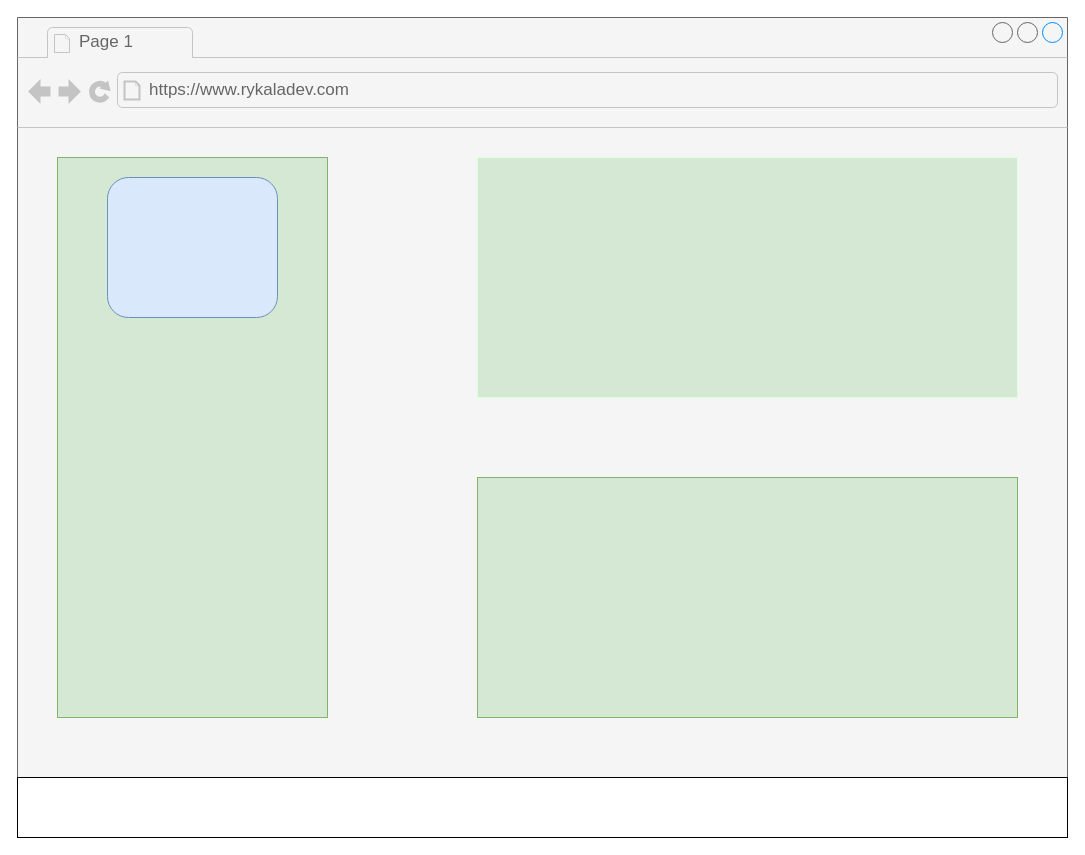
Earlier version of the draw.io diagram Unbenanntes Diagramm.drawio (rykala79/mockup_try). Source tidied: cells renumbered, new cells numbered last; positions are measured from the earlier drawing's top-left corner, leaving out a move shared by most shapes. Both pictures are drawn from the tidied source at 100%, with x=0, y=0 at pixel (17, 17).
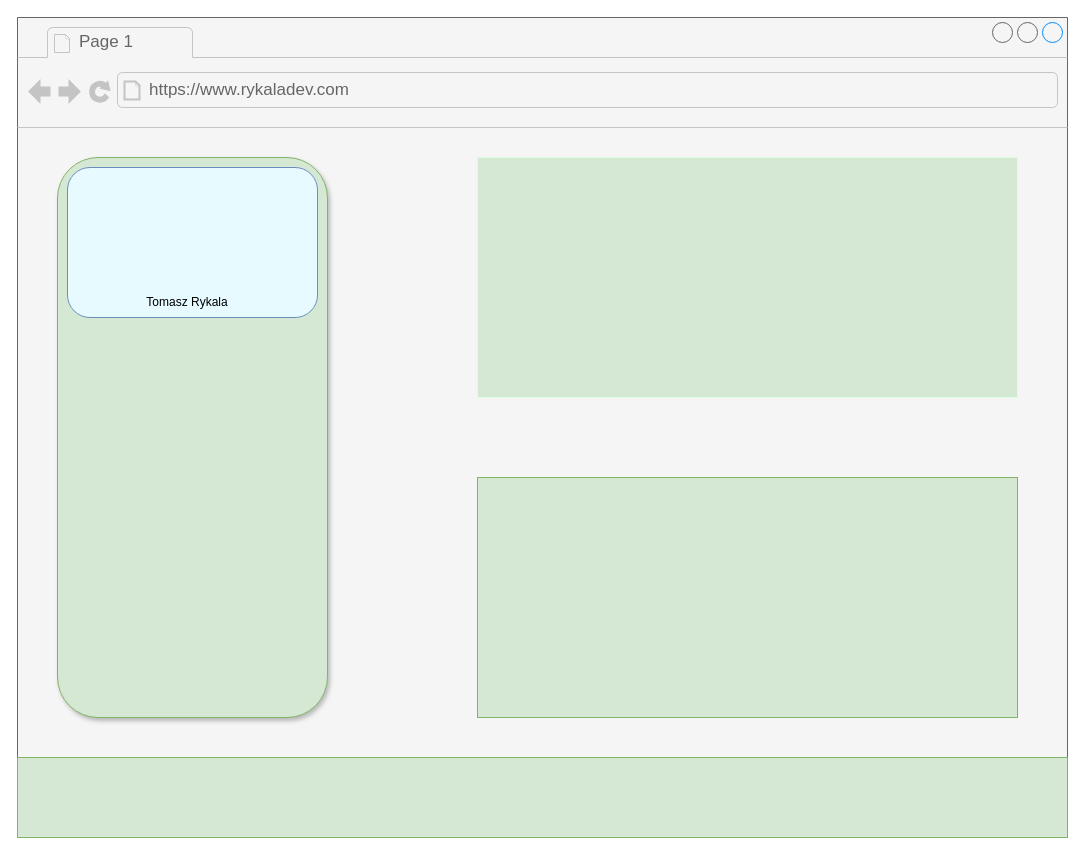
The same diagram, later.

Diff of the diagram source:
```diff
@@
 <mxGraphModel background="#ffffff">
   <root>
     <mxCell id="0" />
     <mxCell id="1" parent="0" />
     <mxCell id="2" style="strokeWidth=1;shadow=0;dashed=0;align=center;html=1;shape=mxgraph.mockup.containers.browserWindow;rSize=0;mainText=,;rounded=0;labelBackgroundColor=none;fontFamily=Verdana;fontSize=12;fillColor=#f5f5f5;gradientColor=#b3b3b3;strokeColor=#666666;" parent="1" vertex="1">
       <mxGeometry width="1050" height="820" as="geometry" />
     </mxCell>
     <mxCell id="3" value="Page 1" style="strokeWidth=1;shadow=0;dashed=0;align=center;html=1;shape=mxgraph.mockup.containers.anchor;fontSize=17;fontColor=#666666;align=left;" parent="2" vertex="1">
       <mxGeometry x="60" y="12" width="110" height="26" as="geometry" />
     </mxCell>
     <mxCell id="4" value="https://www.rykaladev.com" style="strokeWidth=1;shadow=0;dashed=0;align=center;html=1;shape=mxgraph.mockup.containers.anchor;rSize=0;fontSize=17;fontColor=#666666;align=left;" parent="2" vertex="1">
       <mxGeometry x="130" y="60" width="250" height="26" as="geometry" />
     </mxCell>
-    <mxCell id="5" style="rounded=0;whiteSpace=wrap;html=1;fillColor=#d5e8d4;strokeColor=#82b366;" parent="2" vertex="1">
+    <mxCell id="5" style="rounded=1;whiteSpace=wrap;html=1;fillColor=#d5e8d4;strokeColor=#82b366;glass=0;shadow=1;" parent="2" vertex="1">
       <mxGeometry x="40" y="140" width="270" height="560" as="geometry" />
     </mxCell>
     <mxCell id="6" style="rounded=0;whiteSpace=wrap;html=1;fillColor=#d5e8d4;strokeColor=#DCFFDE;" parent="2" vertex="1">
       <mxGeometry x="460" y="140" width="540" height="240" as="geometry" />
     </mxCell>
     <mxCell id="7" style="rounded=0;whiteSpace=wrap;html=1;fillColor=#d5e8d4;strokeColor=#82b366;" parent="2" vertex="1">
       <mxGeometry x="460" y="460" width="540" height="240" as="geometry" />
     </mxCell>
-    <mxCell id="8" style="rounded=0;whiteSpace=wrap;html=1;" parent="2" vertex="1">
-      <mxGeometry y="760" width="1050" height="60" as="geometry" />
+    <mxCell id="8" style="rounded=0;whiteSpace=wrap;html=1;fillColor=#d5e8d4;strokeColor=#82b366;" parent="2" vertex="1">
+      <mxGeometry y="740" width="1050" height="80" as="geometry" />
     </mxCell>
-    <mxCell id="9" style="rounded=1;whiteSpace=wrap;html=1;fillColor=#dae8fc;strokeColor=#6c8ebf;" parent="2" vertex="1">
-      <mxGeometry x="90" y="160" width="170" height="140" as="geometry" />
+    <mxCell id="9" style="rounded=1;whiteSpace=wrap;html=1;fillColor=#E6FAFF;strokeColor=#6c8ebf;" parent="2" vertex="1">
+      <mxGeometry x="50" y="150" width="250" height="150" as="geometry" />
     </mxCell>
+    <mxCell id="10" value="Tomasz Rykala" style="text;html=1;align=center;verticalAlign=middle;whiteSpace=wrap;rounded=0;" parent="2" vertex="1">
+      <mxGeometry x="110" y="270" width="120" height="30" as="geometry" />
+    </mxCell>
   </root>
 </mxGraphModel>
```
